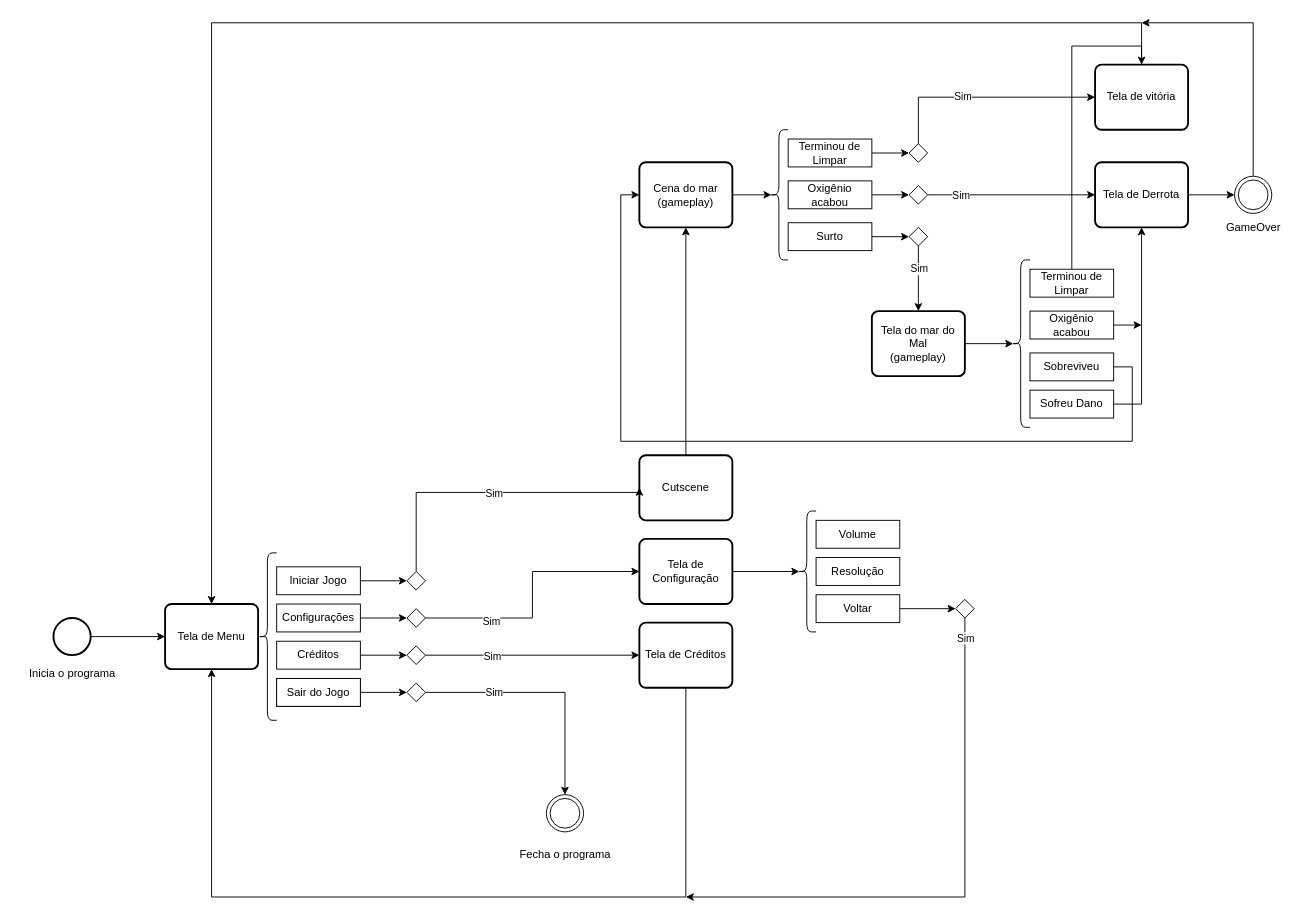
Above: scenes.drawio in matheusnajal/Depths-of-the-Mind (draw.io), before the change. Source tidied: cells renumbered, new cells numbered last; positions are measured from the earlier drawing's top-left corner, leaving out a move shared by most shapes. Both pictures are drawn from the tidied source at 93%, with x=0, y=0 at pixel (16, 22).
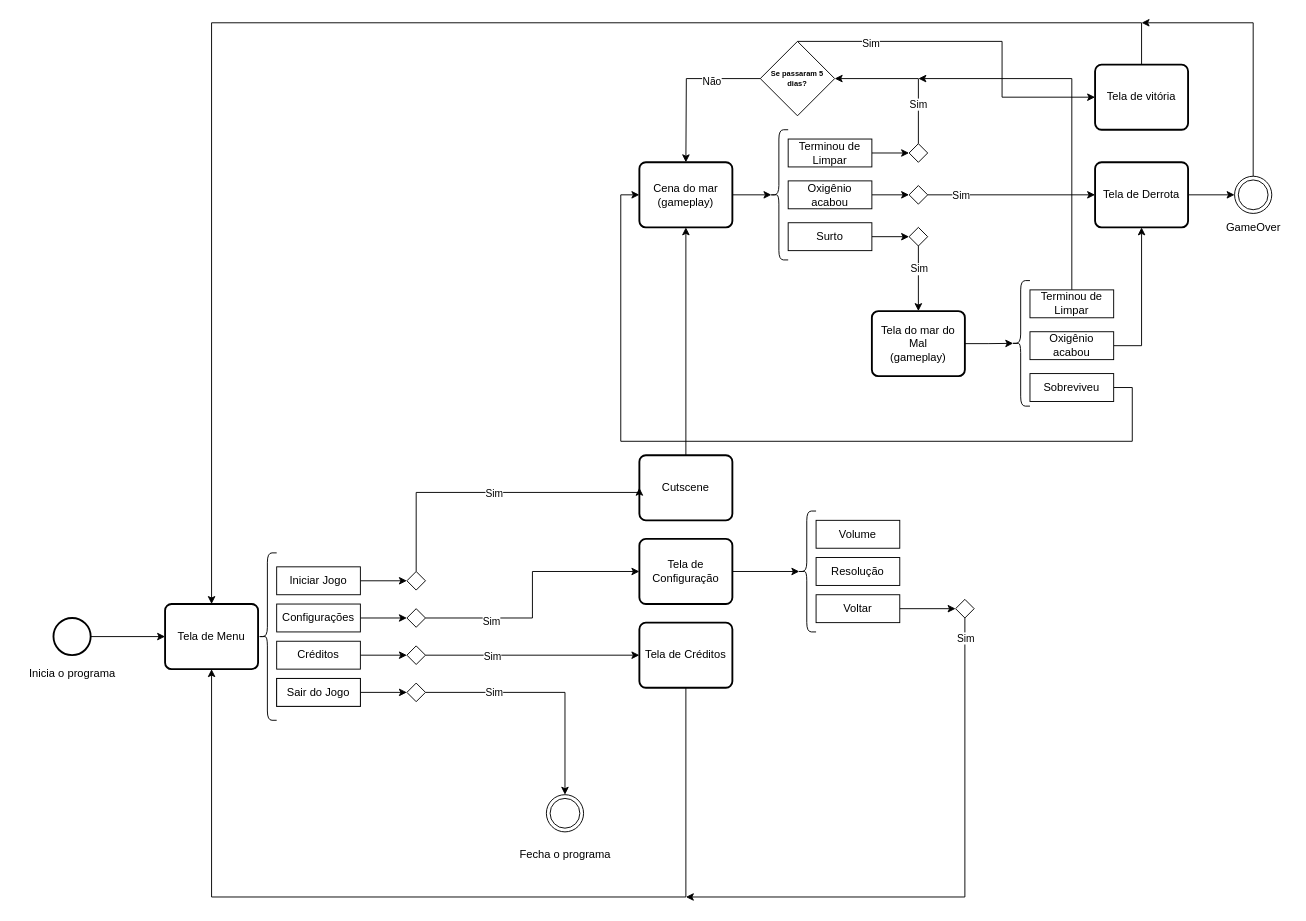
After the change.

Unchanged cells that the change refers to:
```xml
<mxCell id="24" value="Cena do mar&lt;div&gt;(gameplay)&lt;/div&gt;" style="rounded=1;whiteSpace=wrap;html=1;absoluteArcSize=1;arcSize=14;strokeWidth=2;" parent="1" vertex="1">
  <mxGeometry x="670" y="150" width="100" height="70" as="geometry" />
</mxCell>
<mxCell id="56" value="Tela de Derrota" style="rounded=1;whiteSpace=wrap;html=1;absoluteArcSize=1;arcSize=14;strokeWidth=2;" parent="1" vertex="1">
  <mxGeometry x="1160" y="150" width="100" height="70" as="geometry" />
</mxCell>
<mxCell id="62" value="Tela de vitória" style="rounded=1;whiteSpace=wrap;html=1;absoluteArcSize=1;arcSize=14;strokeWidth=2;" parent="1" vertex="1">
  <mxGeometry x="1160" y="45" width="100" height="70" as="geometry" />
</mxCell>
<mxCell id="65" style="rhombus;whiteSpace=wrap;html=1;" parent="1" vertex="1">
  <mxGeometry x="960" y="130" width="20" height="20" as="geometry" />
</mxCell>
```

Diff of the diagram source:
```diff
@@
-    <mxCell id="63" style="edgeStyle=orthogonalEdgeStyle;rounded=0;jettySize=auto;html=1;entryX=0;entryY=0.5;entryDx=0;entryDy=0;" parent="1" edge="1" source="65" target="62">
-      <mxGeometry relative="1" as="geometry">
-        <Array as="points">
-          <mxPoint x="970" y="80" />
-        </Array>
-      </mxGeometry>
-    </mxCell>
-    <mxCell id="64" value="Sim" style="edgeLabel;html=1;align=center;verticalAlign=middle;" parent="63" vertex="1">
-      <mxGeometry x="-0.19" y="1" relative="1" as="geometry" />
-    </mxCell>
+    <mxCell id="80" style="edgeStyle=orthogonalEdgeStyle;rounded=0;jettySize=auto;html=1;entryX=1;entryY=0.5;entryDx=0;entryDy=0;" parent="1" edge="1" source="65" target="86">
+      <mxGeometry relative="1" as="geometry">
+        <Array as="points">
+          <mxPoint x="970" y="60" />
+        </Array>
+      </mxGeometry>
+    </mxCell>
+    <mxCell id="81" value="Sim" style="edgeLabel;html=1;align=center;verticalAlign=middle;" parent="80" vertex="1">
+      <mxGeometry x="-0.46" y="1" relative="1" as="geometry" />
+    </mxCell>
@@
     <mxCell id="66" style="shape=curlyBracket;whiteSpace=wrap;html=1;rounded=1;labelPosition=left;verticalLabelPosition=middle;align=right;verticalAlign=middle;" parent="1" vertex="1">
-      <mxGeometry x="1070" y="255" width="20" height="180" as="geometry" />
+      <mxGeometry x="1070" y="277.2" width="20" height="135" as="geometry" />
     </mxCell>
-    <mxCell id="67" style="edgeStyle=orthogonalEdgeStyle;rounded=0;jettySize=auto;html=1;entryX=0.5;entryY=0;entryDx=0;entryDy=0;" parent="1" edge="1" source="68" target="62">
-      <mxGeometry relative="1" as="geometry" />
-    </mxCell>
+    <mxCell id="82" style="edgeStyle=orthogonalEdgeStyle;rounded=0;jettySize=auto;html=1;" parent="1" edge="1" source="68">
+      <mxGeometry relative="1" as="geometry">
+        <mxPoint x="970" y="60" as="targetPoint" />
+        <Array as="points">
+          <mxPoint x="1135" y="60" />
+        </Array>
+      </mxGeometry>
+    </mxCell>
     <mxCell id="68" value="Terminou de Limpar" style="rounded=0;whiteSpace=wrap;html=1;" parent="1" vertex="1">
-      <mxGeometry x="1090" y="265" width="90" height="30" as="geometry" />
+      <mxGeometry x="1090" y="287.2" width="90" height="30" as="geometry" />
     </mxCell>
-    <mxCell id="69" style="edgeStyle=orthogonalEdgeStyle;rounded=0;jettySize=auto;html=1;" parent="1" edge="1" source="70">
-      <mxGeometry relative="1" as="geometry">
-        <mxPoint x="1210" y="325" as="targetPoint" />
-      </mxGeometry>
-    </mxCell>
+    <mxCell id="83" style="edgeStyle=orthogonalEdgeStyle;rounded=0;jettySize=auto;html=1;" parent="1" edge="1" source="70" target="56">
+      <mxGeometry relative="1" as="geometry">
+        <Array as="points">
+          <mxPoint x="1210" y="347" />
+        </Array>
+      </mxGeometry>
+    </mxCell>
     <mxCell id="70" value="&lt;div&gt;Oxigênio&lt;/div&gt;&lt;div&gt;acabou&lt;br&gt;&lt;/div&gt;" style="rounded=0;whiteSpace=wrap;html=1;" parent="1" vertex="1">
-      <mxGeometry x="1090" y="310" width="90" height="30" as="geometry" />
+      <mxGeometry x="1090" y="332.2" width="90" height="30" as="geometry" />
     </mxCell>
     <mxCell id="71" style="edgeStyle=orthogonalEdgeStyle;rounded=0;jettySize=auto;html=1;entryX=0;entryY=0.5;entryDx=0;entryDy=0;exitX=1;exitY=0.5;exitDx=0;exitDy=0;" parent="1" edge="1" source="72" target="24">
       <mxGeometry relative="1" as="geometry">
         <Array as="points">
-          <mxPoint x="1200" y="370" />
+          <mxPoint x="1200" y="392" />
           <mxPoint x="1200" y="450" />
           <mxPoint x="650" y="450" />
           <mxPoint x="650" y="185" />
         </Array>
       </mxGeometry>
     </mxCell>
     <mxCell id="72" value="Sobreviveu" style="rounded=0;whiteSpace=wrap;html=1;" parent="1" vertex="1">
-      <mxGeometry x="1090" y="355" width="90" height="30" as="geometry" />
+      <mxGeometry x="1090" y="377.2" width="90" height="30" as="geometry" />
     </mxCell>
@@
-    <mxCell id="74" style="edgeStyle=orthogonalEdgeStyle;rounded=0;jettySize=auto;html=1;entryX=0.5;entryY=1;entryDx=0;entryDy=0;" parent="1" edge="1" source="75" target="56">
-      <mxGeometry relative="1" as="geometry">
-        <Array as="points">
-          <mxPoint x="1210" y="410" />
-        </Array>
-      </mxGeometry>
-    </mxCell>
-    <mxCell id="75" value="Sofreu Dano" style="rounded=0;whiteSpace=wrap;html=1;" parent="1" vertex="1">
-      <mxGeometry x="1090" y="395" width="90" height="30" as="geometry" />
-    </mxCell>
@@
+    <mxCell id="84" style="edgeStyle=orthogonalEdgeStyle;rounded=0;jettySize=auto;html=1;entryX=0;entryY=0.5;entryDx=0;entryDy=0;exitX=0.5;exitY=0;exitDx=0;exitDy=0;" parent="1" edge="1" source="86" target="62">
+      <mxGeometry relative="1" as="geometry">
+        <Array as="points">
+          <mxPoint x="1060" y="20" />
+          <mxPoint x="1060" y="80" />
+        </Array>
+      </mxGeometry>
+    </mxCell>
+    <mxCell id="85" value="Sim" style="edgeLabel;html=1;align=center;verticalAlign=middle;" parent="84" vertex="1">
+      <mxGeometry x="-0.59" y="-1" relative="1" as="geometry" />
+    </mxCell>
+    <mxCell id="86" value="&lt;h6&gt;Se passaram 5 dias?&lt;/h6&gt;" style="rhombus;whiteSpace=wrap;html=1;" parent="1" vertex="1">
+      <mxGeometry x="800" y="20" width="80" height="80" as="geometry" />
+    </mxCell>
+    <mxCell id="87" style="edgeStyle=orthogonalEdgeStyle;rounded=0;jettySize=auto;html=1;" parent="1" edge="1" source="86">
+      <mxGeometry relative="1" as="geometry">
+        <mxPoint x="720" y="150" as="targetPoint" />
+      </mxGeometry>
+    </mxCell>
+    <mxCell id="88" value="Não" style="edgeLabel;html=1;align=center;verticalAlign=middle;" parent="87" vertex="1">
+      <mxGeometry x="-0.37" y="2" relative="1" as="geometry" />
+    </mxCell>
+    <mxCell id="89" style="edgeStyle=orthogonalEdgeStyle;rounded=0;orthogonalLoop=1;jettySize=auto;html=1;exitX=0.5;exitY=1;exitDx=0;exitDy=0;" parent="1" edge="1" source="66" target="66">
+      <mxGeometry relative="1" as="geometry" />
+    </mxCell>
```
